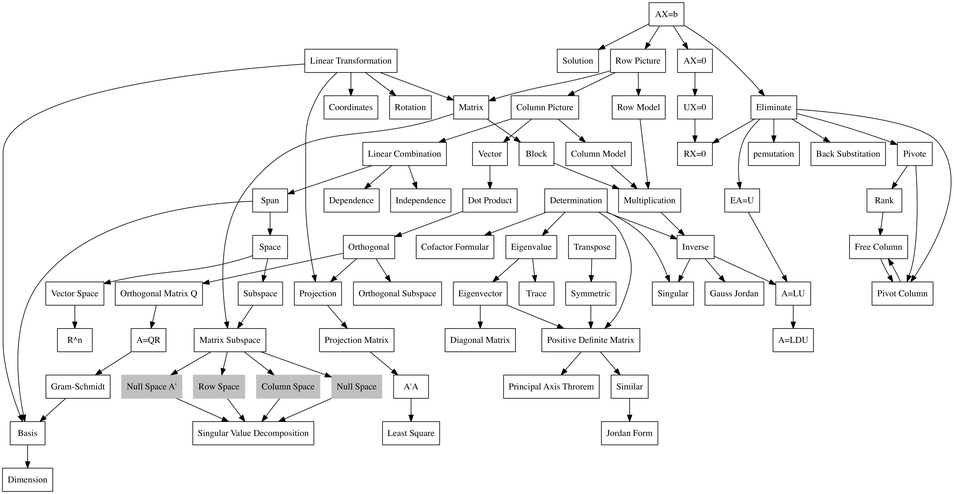
This is LinearAlgebra/LinearAlgebra.png from Tony-Tan/MachineLearningMath, a Graphviz export, as it was before one commit. Its source is kept beside it as LinearAlgebra/LinearAlgebra.dot. Its diagram source:
```dot
digraph{
	dpi = 320;
	node[shape=box]

	linear_combination[label="Linear Combination"];
	row_picture[label="Row Picture"];
	column_picture[label="Column Picture"];
	matrix[label="Matrix"];
	eliminate[label="Eliminate"];
	pivote[label="Pivote"];
	pemutation[label="pemutation"];
	back_substitation[label="Back Substitation"];
	ea_equ_u[label="EA=U"];
	column_model[label="Column Model"];
	row_model[label="Row Model"];
	block[label="Block"];
	multiplication[label="Multiplication"]
	inverse[label="Inverse"];
	singular[label="Singular"];
	Gauss_Jordan[label="Gauss Jordan"];
	a_equ_lu[label="A=LU"];
	a_equ_ldu[label="A=LDU"];
	transpose[label="Transpose"];
	symmetric[label="Symmetric"];
	r_n[label="R^n"];
	space[label="Space"];
	subspace[label="Subspace"];
	vector_space[label="Vector Space"];
	rank_[label="Rank"];
	pivot_column[label="Pivot Column"];
	free_column[label="Free Column"];
	ax_equ_0[label="AX=0"];
	ux_equ_0[label="UX=0"];
	rx_equ_0[label="RX=0"];
	ax_equ_b[label="AX=b"];
	solution[label="Solution"];
	dependence[label="Dependence"];
	independence[label="Independence"];
	span[label="Span"];
	basis[label="Basis"];
	dimension[label="Dimension"];
	matrix_subspace[label="Matrix Subspace"];
	subgraph matrix_sub_space{
		node[shape=box,style=filled,color=gray]
		color=red;

		row_space[label="Row Space"];
		column_space[label="Column Space"];
		null_space[label="Null Space"];
		null_space_a_t[label="Null Space A\'"];
		matrix_subspace->row_space;
		matrix_subspace->null_space_a_t;
		matrix_subspace->column_space;
		matrix_subspace->null_space;
	}
	vector[label="Vector"];
	orthogonal[label="Orthogonal"];
	orthogonal_subspace[label="Orthogonal Subspace"];
	dot_product[label="Dot Product"];
	projection[label="Projection"];
	projection_matrix[label="Projection Matrix"];
	least_square[label="Least Square"];
	a_t_a[label="A\'A"];
	orthogonal_matrix_q[label="Orthogonal Matrix Q"];
	a_equ_q_r[label="A=QR"];
	gram_schmidt[label="Gram-Schmidt"];
	determination[label="Determination"];
	cofactor_formular[label="Cofactor Formular"];
	eigenvalue[label="Eigenvalue"];
	eigenvector[label="Eigenvector"];
	trace[label="Trace"];
	diagonal_matrix[label="Diagonal Matrix"];
	positive_definite_matrix[label="Positive Definite Matrix"];
	principal_axis_theorem[label="Principal Axis Throrem"];
	similar[label="Similar"];
	Jordan_Form[label="Jordan Form"];
	singular_value_decomposition[label="Singular Value Decomposition"];
	linear_transformation[label="Linear Transformation"];
	coordinates[label="Coordinates"];
	rotation[label="Rotation"];



	edge[]
	ax_equ_b->row_picture;
	row_picture->column_picture->linear_combination;
	row_picture->matrix;
	ax_equ_b->eliminate;
	eliminate->pivote;
	eliminate->pemutation;
	eliminate->ea_equ_u;
	eliminate->back_substitation;
	column_picture->column_model;
	row_picture->row_model;

	column_model->multiplication;
	row_model->multiplication;
	matrix->block->multiplication;
	multiplication->inverse;
	inverse->singular;
	inverse->Gauss_Jordan;
	inverse->a_equ_lu;
	ea_equ_u->a_equ_lu->a_equ_ldu;
	transpose->symmetric;
	space->vector_space->r_n;
	space->subspace;
	pivote->rank_->free_column;
	pivote->pivot_column;
	eliminate->pivot_column->free_column;
	free_column->pivot_column;
	eliminate->rx_equ_0;
	ax_equ_0->ux_equ_0->rx_equ_0;

	ax_equ_b->ax_equ_0;
	ax_equ_b->solution;
	linear_combination->dependence;
	linear_combination->independence;
	linear_combination->span->basis->dimension;
	span->space;
	subspace->matrix_subspace;
	matrix->matrix_subspace;




	column_picture->vector->dot_product->orthogonal->orthogonal_subspace;

	orthogonal->projection->projection_matrix->a_t_a->least_square;
	orthogonal->orthogonal_matrix_q->a_equ_q_r->gram_schmidt->basis;

	determination->cofactor_formular;

	determination->singular;
	determination->inverse;
	determination->eigenvalue->eigenvector;
	eigenvalue->trace;
	eigenvector->diagonal_matrix
	symmetric->positive_definite_matrix;
	determination->positive_definite_matrix;
	eigenvector->positive_definite_matrix;
	positive_definite_matrix->principal_axis_theorem;
	positive_definite_matrix->similar->Jordan_Form;
	row_space->singular_value_decomposition;
	column_space->singular_value_decomposition;
	null_space->singular_value_decomposition;
	null_space_a_t->singular_value_decomposition;
	linear_transformation->matrix;
	linear_transformation->coordinates;
	linear_transformation->projection;
	linear_transformation->rotation;
	linear_transformation->basis;
}
```
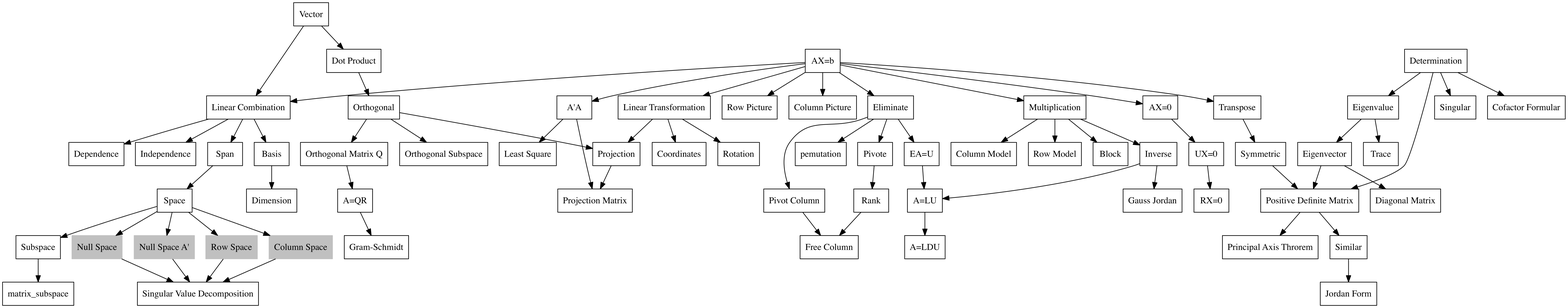
The same file after the commit.

Commit message:
change linear algebra relations

The edit, as a diff of the source:
```diff
@@ -1,15 +1,13 @@
 digraph{
 	dpi = 320;
 	node[shape=box]
-
+	vector->linear_combination;
 	linear_combination[label="Linear Combination"];
 	row_picture[label="Row Picture"];
 	column_picture[label="Column Picture"];
-	matrix[label="Matrix"];
 	eliminate[label="Eliminate"];
 	pivote[label="Pivote"];
 	pemutation[label="pemutation"];
-	back_substitation[label="Back Substitation"];
 	ea_equ_u[label="EA=U"];
 	column_model[label="Column Model"];
 	row_model[label="Row Model"];
@@ -22,10 +20,10 @@
 	a_equ_ldu[label="A=LDU"];
 	transpose[label="Transpose"];
 	symmetric[label="Symmetric"];
-	r_n[label="R^n"];
+
 	space[label="Space"];
 	subspace[label="Subspace"];
-	vector_space[label="Vector Space"];
+
 	rank_[label="Rank"];
 	pivot_column[label="Pivot Column"];
 	free_column[label="Free Column"];
@@ -33,25 +31,23 @@
 	ux_equ_0[label="UX=0"];
 	rx_equ_0[label="RX=0"];
 	ax_equ_b[label="AX=b"];
-	solution[label="Solution"];
 	dependence[label="Dependence"];
 	independence[label="Independence"];
 	span[label="Span"];
 	basis[label="Basis"];
 	dimension[label="Dimension"];
-	matrix_subspace[label="Matrix Subspace"];
+
 	subgraph matrix_sub_space{
 		node[shape=box,style=filled,color=gray]
 		color=red;
-
 		row_space[label="Row Space"];
 		column_space[label="Column Space"];
 		null_space[label="Null Space"];
 		null_space_a_t[label="Null Space A\'"];
-		matrix_subspace->row_space;
-		matrix_subspace->null_space_a_t;
-		matrix_subspace->column_space;
-		matrix_subspace->null_space;
+		space->row_space;
+		space->null_space_a_t;
+		space->column_space;
+		space->null_space;
 	}
 	vector[label="Vector"];
 	orthogonal[label="Orthogonal"];
@@ -83,55 +79,53 @@
 
 	edge[]
 	ax_equ_b->row_picture;
-	row_picture->column_picture->linear_combination;
-	row_picture->matrix;
+	ax_equ_b->a_t_a;
+	ax_equ_b->column_picture;
+
 	ax_equ_b->eliminate;
 	eliminate->pivote;
 	eliminate->pemutation;
 	eliminate->ea_equ_u;
-	eliminate->back_substitation;
-	column_picture->column_model;
-	row_picture->row_model;
 
-	column_model->multiplication;
-	row_model->multiplication;
-	matrix->block->multiplication;
+
+	ax_equ_b->multiplication;
+	multiplication->column_model;
+	multiplication->row_model;
+	multiplication->block;
 	multiplication->inverse;
-	inverse->singular;
 	inverse->Gauss_Jordan;
 	inverse->a_equ_lu;
 	ea_equ_u->a_equ_lu->a_equ_ldu;
-	transpose->symmetric;
-	space->vector_space->r_n;
+	ax_equ_b->transpose->symmetric;
 	space->subspace;
 	pivote->rank_->free_column;
-	pivote->pivot_column;
+
 	eliminate->pivot_column->free_column;
-	free_column->pivot_column;
-	eliminate->rx_equ_0;
+
 	ax_equ_0->ux_equ_0->rx_equ_0;
 
 	ax_equ_b->ax_equ_0;
-	ax_equ_b->solution;
 	linear_combination->dependence;
 	linear_combination->independence;
-	linear_combination->span->basis->dimension;
+	linear_combination->span;
+	linear_combination->basis->dimension
+	ax_equ_b->linear_combination;
 	span->space;
 	subspace->matrix_subspace;
-	matrix->matrix_subspace;
 
 
 
 
-	column_picture->vector->dot_product->orthogonal->orthogonal_subspace;
+	vector->dot_product->orthogonal->orthogonal_subspace;
 
-	orthogonal->projection->projection_matrix->a_t_a->least_square;
-	orthogonal->orthogonal_matrix_q->a_equ_q_r->gram_schmidt->basis;
+	orthogonal->projection->projection_matrix;
+	a_t_a->projection_matrix;
+	a_t_a->least_square;
+	orthogonal->orthogonal_matrix_q->a_equ_q_r->gram_schmidt;
 
 	determination->cofactor_formular;
 
 	determination->singular;
-	determination->inverse;
 	determination->eigenvalue->eigenvector;
 	eigenvalue->trace;
 	eigenvector->diagonal_matrix
@@ -144,9 +138,8 @@
 	column_space->singular_value_decomposition;
 	null_space->singular_value_decomposition;
 	null_space_a_t->singular_value_decomposition;
-	linear_transformation->matrix;
+	ax_equ_b->linear_transformation;
 	linear_transformation->coordinates;
 	linear_transformation->projection;
 	linear_transformation->rotation;
-	linear_transformation->basis;
 }
```
